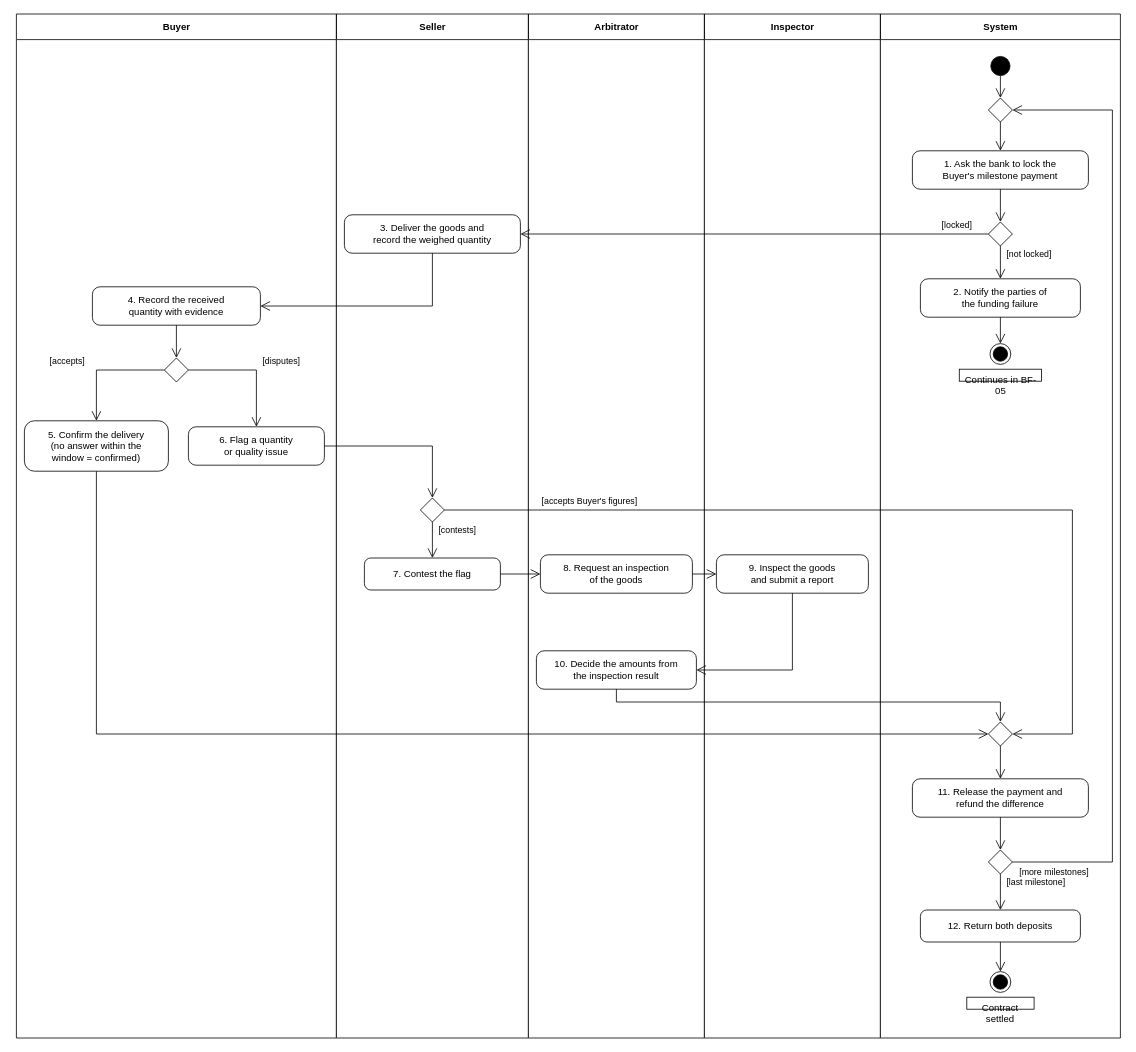
This is docs/reports/figures/srs/bf04.drawio from RedAvocado22/AgriContract, a draw.io file, before an edit. Source tidied: cells renumbered, new cells numbered last; positions are measured from the earlier drawing's top-left corner, leaving out a move shared by most shapes. Both pictures are drawn from the tidied source at 80%, with x=0, y=0 at pixel (16, 14).
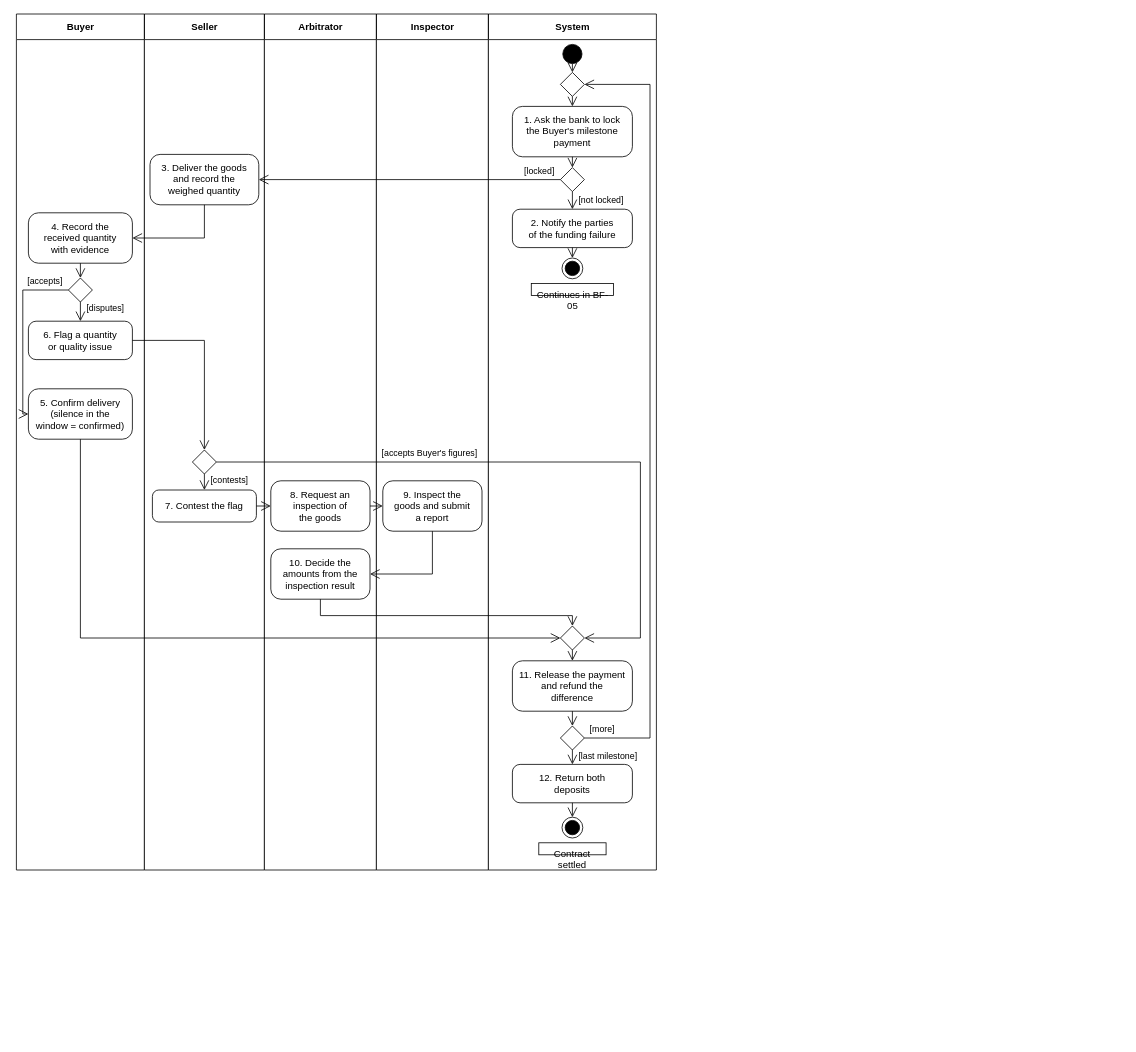
The same page after the edit.

Diff of the diagram source:
```diff
@@
     <mxCell id="2" value="Buyer" style="swimlane;horizontal=1;startSize=32;fontStyle=1;fontFamily=Arial;fontSize=12;fillColor=none;strokeColor=#000000;swimlaneFillColor=#FFFFFF;html=1;" parent="1" vertex="1">
-      <mxGeometry width="400" height="1280" as="geometry" />
+      <mxGeometry width="160" height="1070" as="geometry" />
     </mxCell>
     <mxCell id="3" value="Seller" style="swimlane;horizontal=1;startSize=32;fontStyle=1;fontFamily=Arial;fontSize=12;fillColor=none;strokeColor=#000000;swimlaneFillColor=#FFFFFF;html=1;" parent="1" vertex="1">
-      <mxGeometry x="400" width="240" height="1280" as="geometry" />
+      <mxGeometry x="160" width="150" height="1070" as="geometry" />
     </mxCell>
     <mxCell id="4" value="Arbitrator" style="swimlane;horizontal=1;startSize=32;fontStyle=1;fontFamily=Arial;fontSize=12;fillColor=none;strokeColor=#000000;swimlaneFillColor=#FFFFFF;html=1;" parent="1" vertex="1">
-      <mxGeometry x="640" width="220" height="1280" as="geometry" />
+      <mxGeometry x="310" width="140" height="1070" as="geometry" />
     </mxCell>
     <mxCell id="5" value="Inspector" style="swimlane;horizontal=1;startSize=32;fontStyle=1;fontFamily=Arial;fontSize=12;fillColor=none;strokeColor=#000000;swimlaneFillColor=#FFFFFF;html=1;" parent="1" vertex="1">
-      <mxGeometry x="860" width="220" height="1280" as="geometry" />
+      <mxGeometry x="450" width="140" height="1070" as="geometry" />
     </mxCell>
     <mxCell id="6" value="System" style="swimlane;horizontal=1;startSize=32;fontStyle=1;fontFamily=Arial;fontSize=12;fillColor=none;strokeColor=#000000;swimlaneFillColor=#FFFFFF;html=1;" parent="1" vertex="1">
-      <mxGeometry x="1080" width="300" height="1280" as="geometry" />
+      <mxGeometry x="590" width="210" height="1070" as="geometry" />
     </mxCell>
     <mxCell id="7" style="ellipse;fillColor=#000000;strokeColor=#000000;html=1;" parent="1" vertex="1">
-      <mxGeometry x="1218" y="53" width="24" height="24" as="geometry" />
+      <mxGeometry x="683" y="38" width="24" height="24" as="geometry" />
     </mxCell>
     <mxCell id="8" style="rhombus;fontFamily=Arial;fontSize=12;strokeColor=#000000;fillColor=#FFFFFF;html=1;whiteSpace=wrap;" parent="1" vertex="1">
-      <mxGeometry x="1215" y="105" width="30" height="30" as="geometry" />
+      <mxGeometry x="680" y="73" width="30" height="30" as="geometry" />
     </mxCell>
-    <mxCell id="9" value="1. Ask the bank to lock the&lt;br&gt;Buyer's milestone payment" style="rounded=1;arcSize=20;fontFamily=Arial;fontSize=12;strokeColor=#000000;fillColor=#FFFFFF;html=1;whiteSpace=wrap;" parent="1" vertex="1">
-      <mxGeometry x="1120" y="171" width="220" height="48" as="geometry" />
+    <mxCell id="9" value="1. Ask the bank to lock&lt;br&gt;the Buyer's milestone&lt;br&gt;payment" style="rounded=1;arcSize=20;fontFamily=Arial;fontSize=12;strokeColor=#000000;fillColor=#FFFFFF;html=1;whiteSpace=wrap;" parent="1" vertex="1">
+      <mxGeometry x="620" y="115.5" width="150" height="63" as="geometry" />
     </mxCell>
     <mxCell id="10" style="rhombus;fontFamily=Arial;fontSize=12;strokeColor=#000000;fillColor=#FFFFFF;html=1;whiteSpace=wrap;" parent="1" vertex="1">
-      <mxGeometry x="1215" y="260" width="30" height="30" as="geometry" />
+      <mxGeometry x="680" y="192" width="30" height="30" as="geometry" />
     </mxCell>
-    <mxCell id="11" value="2. Notify the parties of&lt;br&gt;the funding failure" style="rounded=1;arcSize=20;fontFamily=Arial;fontSize=12;strokeColor=#000000;fillColor=#FFFFFF;html=1;whiteSpace=wrap;" parent="1" vertex="1">
-      <mxGeometry x="1130" y="331" width="200" height="48" as="geometry" />
+    <mxCell id="11" value="2. Notify the parties&lt;br&gt;of the funding failure" style="rounded=1;arcSize=20;fontFamily=Arial;fontSize=12;strokeColor=#000000;fillColor=#FFFFFF;html=1;whiteSpace=wrap;" parent="1" vertex="1">
+      <mxGeometry x="620" y="244" width="150" height="48" as="geometry" />
     </mxCell>
     <mxCell id="12" style="ellipse;shape=endState;fillColor=#000000;strokeColor=#000000;html=1;" parent="1" vertex="1">
-      <mxGeometry x="1217" y="412" width="26" height="26" as="geometry" />
+      <mxGeometry x="682" y="305" width="26" height="26" as="geometry" />
     </mxCell>
     <mxCell id="13" value="Continues in BF-05" style="text;strokeColor=none;fillColor=none;align=center;fontFamily=Arial;fontSize=12;strokeColor=#000000;fillColor=#FFFFFF;html=1;whiteSpace=wrap;" parent="1" vertex="1">
-      <mxGeometry x="1178.6" y="444" width="102.8" height="15" as="geometry" />
+      <mxGeometry x="643.6" y="337" width="102.8" height="15" as="geometry" />
     </mxCell>
-    <mxCell id="14" value="3. Deliver the goods and&lt;br&gt;record the weighed quantity" style="rounded=1;arcSize=20;fontFamily=Arial;fontSize=12;strokeColor=#000000;fillColor=#FFFFFF;html=1;whiteSpace=wrap;" parent="1" vertex="1">
-      <mxGeometry x="410" y="251" width="220" height="48" as="geometry" />
+    <mxCell id="14" value="3. Deliver the goods&lt;br&gt;and record the&lt;br&gt;weighed quantity" style="rounded=1;arcSize=20;fontFamily=Arial;fontSize=12;strokeColor=#000000;fillColor=#FFFFFF;html=1;whiteSpace=wrap;" parent="1" vertex="1">
+      <mxGeometry x="167" y="175.5" width="136" height="63" as="geometry" />
     </mxCell>
-    <mxCell id="15" value="4. Record the received&lt;br&gt;quantity with evidence" style="rounded=1;arcSize=20;fontFamily=Arial;fontSize=12;strokeColor=#000000;fillColor=#FFFFFF;html=1;whiteSpace=wrap;" parent="1" vertex="1">
-      <mxGeometry x="95" y="341" width="210" height="48" as="geometry" />
+    <mxCell id="15" value="4. Record the&lt;br&gt;received quantity&lt;br&gt;with evidence" style="rounded=1;arcSize=20;fontFamily=Arial;fontSize=12;strokeColor=#000000;fillColor=#FFFFFF;html=1;whiteSpace=wrap;" parent="1" vertex="1">
+      <mxGeometry x="15" y="248.5" width="130" height="63" as="geometry" />
     </mxCell>
     <mxCell id="16" style="rhombus;fontFamily=Arial;fontSize=12;strokeColor=#000000;fillColor=#FFFFFF;html=1;whiteSpace=wrap;" parent="1" vertex="1">
-      <mxGeometry x="185" y="430" width="30" height="30" as="geometry" />
+      <mxGeometry x="65" y="330" width="30" height="30" as="geometry" />
     </mxCell>
+    <mxCell id="18" value="6. Flag a quantity&lt;br&gt;or quality issue" style="rounded=1;arcSize=20;fontFamily=Arial;fontSize=12;strokeColor=#000000;fillColor=#FFFFFF;html=1;whiteSpace=wrap;" parent="1" vertex="1">
+      <mxGeometry x="15" y="384" width="130" height="48" as="geometry" />
+    </mxCell>
-    <mxCell id="17" value="5. Confirm the delivery&lt;br&gt;(no answer within the&lt;br&gt;window = confirmed)" style="rounded=1;arcSize=20;fontFamily=Arial;fontSize=12;strokeColor=#000000;fillColor=#FFFFFF;html=1;whiteSpace=wrap;" parent="1" vertex="1">
-      <mxGeometry x="10" y="508.5" width="180" height="63" as="geometry" />
+    <mxCell id="17" value="5. Confirm delivery&lt;br&gt;(silence in the&lt;br&gt;window = confirmed)" style="rounded=1;arcSize=20;fontFamily=Arial;fontSize=12;strokeColor=#000000;fillColor=#FFFFFF;html=1;whiteSpace=wrap;" parent="1" vertex="1">
+      <mxGeometry x="15" y="468.5" width="130" height="63" as="geometry" />
     </mxCell>
-    <mxCell id="18" value="6. Flag a quantity&lt;br&gt;or quality issue" style="rounded=1;arcSize=20;fontFamily=Arial;fontSize=12;strokeColor=#000000;fillColor=#FFFFFF;html=1;whiteSpace=wrap;" parent="1" vertex="1">
-      <mxGeometry x="215" y="516" width="170" height="48" as="geometry" />
-    </mxCell>
     <mxCell id="19" style="rhombus;fontFamily=Arial;fontSize=12;strokeColor=#000000;fillColor=#FFFFFF;html=1;whiteSpace=wrap;" parent="1" vertex="1">
-      <mxGeometry x="505" y="605" width="30" height="30" as="geometry" />
+      <mxGeometry x="220" y="545" width="30" height="30" as="geometry" />
     </mxCell>
     <mxCell id="20" value="7. Contest the flag" style="rounded=1;arcSize=20;fontFamily=Arial;fontSize=12;strokeColor=#000000;fillColor=#FFFFFF;html=1;whiteSpace=wrap;" parent="1" vertex="1">
-      <mxGeometry x="435" y="680" width="170" height="40" as="geometry" />
+      <mxGeometry x="170" y="595" width="130" height="40" as="geometry" />
     </mxCell>
-    <mxCell id="21" value="8. Request an inspection&lt;br&gt;of the goods" style="rounded=1;arcSize=20;fontFamily=Arial;fontSize=12;strokeColor=#000000;fillColor=#FFFFFF;html=1;whiteSpace=wrap;" parent="1" vertex="1">
-      <mxGeometry x="655" y="676" width="190" height="48" as="geometry" />
+    <mxCell id="21" value="8. Request an&lt;br&gt;inspection of&lt;br&gt;the goods" style="rounded=1;arcSize=20;fontFamily=Arial;fontSize=12;strokeColor=#000000;fillColor=#FFFFFF;html=1;whiteSpace=wrap;" parent="1" vertex="1">
+      <mxGeometry x="318" y="583.5" width="124" height="63" as="geometry" />
     </mxCell>
-    <mxCell id="22" value="9. Inspect the goods&lt;br&gt;and submit a report" style="rounded=1;arcSize=20;fontFamily=Arial;fontSize=12;strokeColor=#000000;fillColor=#FFFFFF;html=1;whiteSpace=wrap;" parent="1" vertex="1">
-      <mxGeometry x="875" y="676" width="190" height="48" as="geometry" />
+    <mxCell id="22" value="9. Inspect the&lt;br&gt;goods and submit&lt;br&gt;a report" style="rounded=1;arcSize=20;fontFamily=Arial;fontSize=12;strokeColor=#000000;fillColor=#FFFFFF;html=1;whiteSpace=wrap;" parent="1" vertex="1">
+      <mxGeometry x="458" y="583.5" width="124" height="63" as="geometry" />
     </mxCell>
-    <mxCell id="23" value="10. Decide the amounts from&lt;br&gt;the inspection result" style="rounded=1;arcSize=20;fontFamily=Arial;fontSize=12;strokeColor=#000000;fillColor=#FFFFFF;html=1;whiteSpace=wrap;" parent="1" vertex="1">
-      <mxGeometry x="650" y="796" width="200" height="48" as="geometry" />
+    <mxCell id="23" value="10. Decide the&lt;br&gt;amounts from the&lt;br&gt;inspection result" style="rounded=1;arcSize=20;fontFamily=Arial;fontSize=12;strokeColor=#000000;fillColor=#FFFFFF;html=1;whiteSpace=wrap;" parent="1" vertex="1">
+      <mxGeometry x="318" y="668.5" width="124" height="63" as="geometry" />
     </mxCell>
     <mxCell id="24" style="rhombus;fontFamily=Arial;fontSize=12;strokeColor=#000000;fillColor=#FFFFFF;html=1;whiteSpace=wrap;" parent="1" vertex="1">
-      <mxGeometry x="1215" y="885" width="30" height="30" as="geometry" />
+      <mxGeometry x="680" y="765" width="30" height="30" as="geometry" />
     </mxCell>
-    <mxCell id="25" value="11. Release the payment and&lt;br&gt;refund the difference" style="rounded=1;arcSize=20;fontFamily=Arial;fontSize=12;strokeColor=#000000;fillColor=#FFFFFF;html=1;whiteSpace=wrap;" parent="1" vertex="1">
-      <mxGeometry x="1120" y="956" width="220" height="48" as="geometry" />
+    <mxCell id="25" value="11. Release the payment&lt;br&gt;and refund the&lt;br&gt;difference" style="rounded=1;arcSize=20;fontFamily=Arial;fontSize=12;strokeColor=#000000;fillColor=#FFFFFF;html=1;whiteSpace=wrap;" parent="1" vertex="1">
+      <mxGeometry x="620" y="808.5" width="150" height="63" as="geometry" />
     </mxCell>
     <mxCell id="26" style="rhombus;fontFamily=Arial;fontSize=12;strokeColor=#000000;fillColor=#FFFFFF;html=1;whiteSpace=wrap;" parent="1" vertex="1">
-      <mxGeometry x="1215" y="1045" width="30" height="30" as="geometry" />
+      <mxGeometry x="680" y="890" width="30" height="30" as="geometry" />
     </mxCell>
-    <mxCell id="27" value="12. Return both deposits" style="rounded=1;arcSize=20;fontFamily=Arial;fontSize=12;strokeColor=#000000;fillColor=#FFFFFF;html=1;whiteSpace=wrap;" parent="1" vertex="1">
-      <mxGeometry x="1130" y="1120" width="200" height="40" as="geometry" />
+    <mxCell id="27" value="12. Return both&lt;br&gt;deposits" style="rounded=1;arcSize=20;fontFamily=Arial;fontSize=12;strokeColor=#000000;fillColor=#FFFFFF;html=1;whiteSpace=wrap;" parent="1" vertex="1">
+      <mxGeometry x="620" y="938" width="150" height="48" as="geometry" />
     </mxCell>
     <mxCell id="28" style="ellipse;shape=endState;fillColor=#000000;strokeColor=#000000;html=1;" parent="1" vertex="1">
-      <mxGeometry x="1217" y="1197" width="26" height="26" as="geometry" />
+      <mxGeometry x="682" y="1004" width="26" height="26" as="geometry" />
     </mxCell>
     <mxCell id="29" value="Contract settled" style="text;strokeColor=none;fillColor=none;align=center;fontFamily=Arial;fontSize=12;strokeColor=#000000;fillColor=#FFFFFF;html=1;whiteSpace=wrap;" parent="1" vertex="1">
-      <mxGeometry x="1188" y="1229" width="84.1" height="15" as="geometry" />
+      <mxGeometry x="653" y="1036" width="84.1" height="15" as="geometry" />
     </mxCell>
@@
     <mxCell id="34" value="[not locked]" style="text;html=1;fontFamily=Arial;fontSize=11;align=left;verticalAlign=middle;labelBackgroundColor=#FFFFFF;" parent="1" vertex="1">
-      <mxGeometry x="1236" y="293" width="60.2" height="13.8" as="geometry" />
+      <mxGeometry x="701" y="226" width="60.2" height="13.8" as="geometry" />
     </mxCell>
@@
     <mxCell id="37" value="[locked]" style="text;html=1;fontFamily=Arial;fontSize=11;align=left;verticalAlign=middle;labelBackgroundColor=#FFFFFF;" parent="1" vertex="1">
-      <mxGeometry x="1155" y="257" width="41.9" height="13.8" as="geometry" />
+      <mxGeometry x="633" y="189" width="41.9" height="13.8" as="geometry" />
     </mxCell>
     <mxCell id="38" style="edgeStyle=none;rounded=0;html=1;endArrow=open;endSize=10;strokeColor=#000000;fontFamily=Arial;fontSize=11;exitX=0.5;exitY=1.0;exitDx=0;exitDy=0;entryX=1.0;entryY=0.5;entryDx=0;entryDy=0;" parent="1" edge="1" source="14" target="15">
       <mxGeometry relative="1" as="geometry">
         <Array as="points">
-          <mxPoint x="520" y="365" />
+          <mxPoint x="235" y="280" />
         </Array>
       </mxGeometry>
     </mxCell>
@@
-    <mxCell id="40" style="edgeStyle=none;rounded=0;html=1;endArrow=open;endSize=10;strokeColor=#000000;fontFamily=Arial;fontSize=11;exitX=0.0;exitY=0.5;exitDx=0;exitDy=0;entryX=0.5;entryY=0.0;entryDx=0;entryDy=0;" parent="1" edge="1" source="16" target="17">
-      <mxGeometry relative="1" as="geometry">
-        <Array as="points">
-          <mxPoint x="100" y="445" />
-        </Array>
-      </mxGeometry>
+    <mxCell id="40" style="edgeStyle=none;rounded=0;html=1;endArrow=open;endSize=10;strokeColor=#000000;fontFamily=Arial;fontSize=11;exitX=0.5;exitY=1.0;exitDx=0;exitDy=0;entryX=0.5;entryY=0.0;entryDx=0;entryDy=0;" parent="1" edge="1" source="16" target="18">
+      <mxGeometry relative="1" as="geometry" />
     </mxCell>
-    <mxCell id="41" value="[accepts]" style="text;html=1;fontFamily=Arial;fontSize=11;align=left;verticalAlign=middle;labelBackgroundColor=#FFFFFF;" parent="1" vertex="1">
-      <mxGeometry x="40" y="427" width="48" height="13.8" as="geometry" />
+    <mxCell id="41" value="[disputes]" style="text;html=1;fontFamily=Arial;fontSize=11;align=left;verticalAlign=middle;labelBackgroundColor=#FFFFFF;" parent="1" vertex="1">
+      <mxGeometry x="86" y="361" width="51.1" height="13.8" as="geometry" />
     </mxCell>
-    <mxCell id="42" style="edgeStyle=none;rounded=0;html=1;endArrow=open;endSize=10;strokeColor=#000000;fontFamily=Arial;fontSize=11;exitX=1.0;exitY=0.5;exitDx=0;exitDy=0;entryX=0.5;entryY=0.0;entryDx=0;entryDy=0;" parent="1" edge="1" source="16" target="18">
+    <mxCell id="42" style="edgeStyle=none;rounded=0;html=1;endArrow=open;endSize=10;strokeColor=#000000;fontFamily=Arial;fontSize=11;exitX=0.0;exitY=0.5;exitDx=0;exitDy=0;entryX=0.0;entryY=0.5;entryDx=0;entryDy=0;" parent="1" edge="1" source="16" target="17">
       <mxGeometry relative="1" as="geometry">
         <Array as="points">
-          <mxPoint x="300" y="445" />
+          <mxPoint x="8" y="345" />
+          <mxPoint x="8" y="500" />
         </Array>
       </mxGeometry>
     </mxCell>
-    <mxCell id="43" value="[disputes]" style="text;html=1;fontFamily=Arial;fontSize=11;align=left;verticalAlign=middle;labelBackgroundColor=#FFFFFF;" parent="1" vertex="1">
-      <mxGeometry x="306" y="427" width="51.1" height="13.8" as="geometry" />
+    <mxCell id="43" value="[accepts]" style="text;html=1;fontFamily=Arial;fontSize=11;align=left;verticalAlign=middle;labelBackgroundColor=#FFFFFF;" parent="1" vertex="1">
+      <mxGeometry x="12" y="327" width="48" height="13.8" as="geometry" />
     </mxCell>
     <mxCell id="44" style="edgeStyle=none;rounded=0;html=1;endArrow=open;endSize=10;strokeColor=#000000;fontFamily=Arial;fontSize=11;exitX=1.0;exitY=0.5;exitDx=0;exitDy=0;entryX=0.5;entryY=0.0;entryDx=0;entryDy=0;" parent="1" edge="1" source="18" target="19">
       <mxGeometry relative="1" as="geometry">
         <Array as="points">
-          <mxPoint x="520" y="540" />
+          <mxPoint x="235" y="408" />
         </Array>
       </mxGeometry>
     </mxCell>
@@
     <mxCell id="46" value="[contests]" style="text;html=1;fontFamily=Arial;fontSize=11;align=left;verticalAlign=middle;labelBackgroundColor=#FFFFFF;" parent="1" vertex="1">
-      <mxGeometry x="526" y="638" width="51.1" height="13.8" as="geometry" />
+      <mxGeometry x="241" y="576" width="51.1" height="13.8" as="geometry" />
     </mxCell>
@@
     <mxCell id="49" style="edgeStyle=none;rounded=0;html=1;endArrow=open;endSize=10;strokeColor=#000000;fontFamily=Arial;fontSize=11;exitX=0.5;exitY=1.0;exitDx=0;exitDy=0;entryX=1.0;entryY=0.5;entryDx=0;entryDy=0;" parent="1" edge="1" source="22" target="23">
       <mxGeometry relative="1" as="geometry">
         <Array as="points">
-          <mxPoint x="970" y="820" />
+          <mxPoint x="520" y="700" />
         </Array>
       </mxGeometry>
     </mxCell>
     <mxCell id="50" style="edgeStyle=none;rounded=0;html=1;endArrow=open;endSize=10;strokeColor=#000000;fontFamily=Arial;fontSize=11;exitX=0.5;exitY=1.0;exitDx=0;exitDy=0;entryX=0.5;entryY=0.0;entryDx=0;entryDy=0;" parent="1" edge="1" source="23" target="24">
       <mxGeometry relative="1" as="geometry">
         <Array as="points">
-          <mxPoint x="750" y="860" />
-          <mxPoint x="1230" y="860" />
+          <mxPoint x="380" y="752" />
+          <mxPoint x="695" y="752" />
         </Array>
       </mxGeometry>
     </mxCell>
     <mxCell id="51" style="edgeStyle=none;rounded=0;html=1;endArrow=open;endSize=10;strokeColor=#000000;fontFamily=Arial;fontSize=11;exitX=1.0;exitY=0.5;exitDx=0;exitDy=0;entryX=1.0;entryY=0.5;entryDx=0;entryDy=0;" parent="1" edge="1" source="19" target="24">
       <mxGeometry relative="1" as="geometry">
         <Array as="points">
-          <mxPoint x="1320" y="620" />
-          <mxPoint x="1320" y="900" />
+          <mxPoint x="780" y="560" />
+          <mxPoint x="780" y="780" />
         </Array>
       </mxGeometry>
     </mxCell>
     <mxCell id="52" value="[accepts Buyer's figures]" style="text;html=1;fontFamily=Arial;fontSize=11;align=left;verticalAlign=middle;labelBackgroundColor=#FFFFFF;" parent="1" vertex="1">
-      <mxGeometry x="655" y="602" width="123.5" height="13.8" as="geometry" />
+      <mxGeometry x="455" y="542" width="123.5" height="13.8" as="geometry" />
     </mxCell>
     <mxCell id="53" style="edgeStyle=none;rounded=0;html=1;endArrow=open;endSize=10;strokeColor=#000000;fontFamily=Arial;fontSize=11;exitX=0.5;exitY=1.0;exitDx=0;exitDy=0;entryX=0.0;entryY=0.5;entryDx=0;entryDy=0;" parent="1" edge="1" source="17" target="24">
       <mxGeometry relative="1" as="geometry">
         <Array as="points">
-          <mxPoint x="100" y="900" />
+          <mxPoint x="80" y="780" />
         </Array>
       </mxGeometry>
     </mxCell>
@@
     <mxCell id="56" style="edgeStyle=none;rounded=0;html=1;endArrow=open;endSize=10;strokeColor=#000000;fontFamily=Arial;fontSize=11;exitX=1.0;exitY=0.5;exitDx=0;exitDy=0;entryX=1.0;entryY=0.5;entryDx=0;entryDy=0;" parent="1" edge="1" source="26" target="8">
       <mxGeometry relative="1" as="geometry">
         <Array as="points">
-          <mxPoint x="1370" y="1060" />
-          <mxPoint x="1370" y="120" />
+          <mxPoint x="792" y="905" />
+          <mxPoint x="792" y="88" />
         </Array>
       </mxGeometry>
     </mxCell>
-    <mxCell id="57" value="[more milestones]" style="text;html=1;fontFamily=Arial;fontSize=11;align=left;verticalAlign=middle;labelBackgroundColor=#FFFFFF;" parent="1" vertex="1">
-      <mxGeometry x="1252" y="1066" width="90.8" height="13.8" as="geometry" />
+    <mxCell id="57" value="[more]" style="text;html=1;fontFamily=Arial;fontSize=11;align=left;verticalAlign=middle;labelBackgroundColor=#FFFFFF;" parent="1" vertex="1">
+      <mxGeometry x="715" y="887" width="35.2" height="13.8" as="geometry" />
     </mxCell>
@@
     <mxCell id="59" value="[last milestone]" style="text;html=1;fontFamily=Arial;fontSize=11;align=left;verticalAlign=middle;labelBackgroundColor=#FFFFFF;" parent="1" vertex="1">
-      <mxGeometry x="1236" y="1078" width="77.4" height="13.8" as="geometry" />
+      <mxGeometry x="701" y="921" width="77.4" height="13.8" as="geometry" />
     </mxCell>
```
